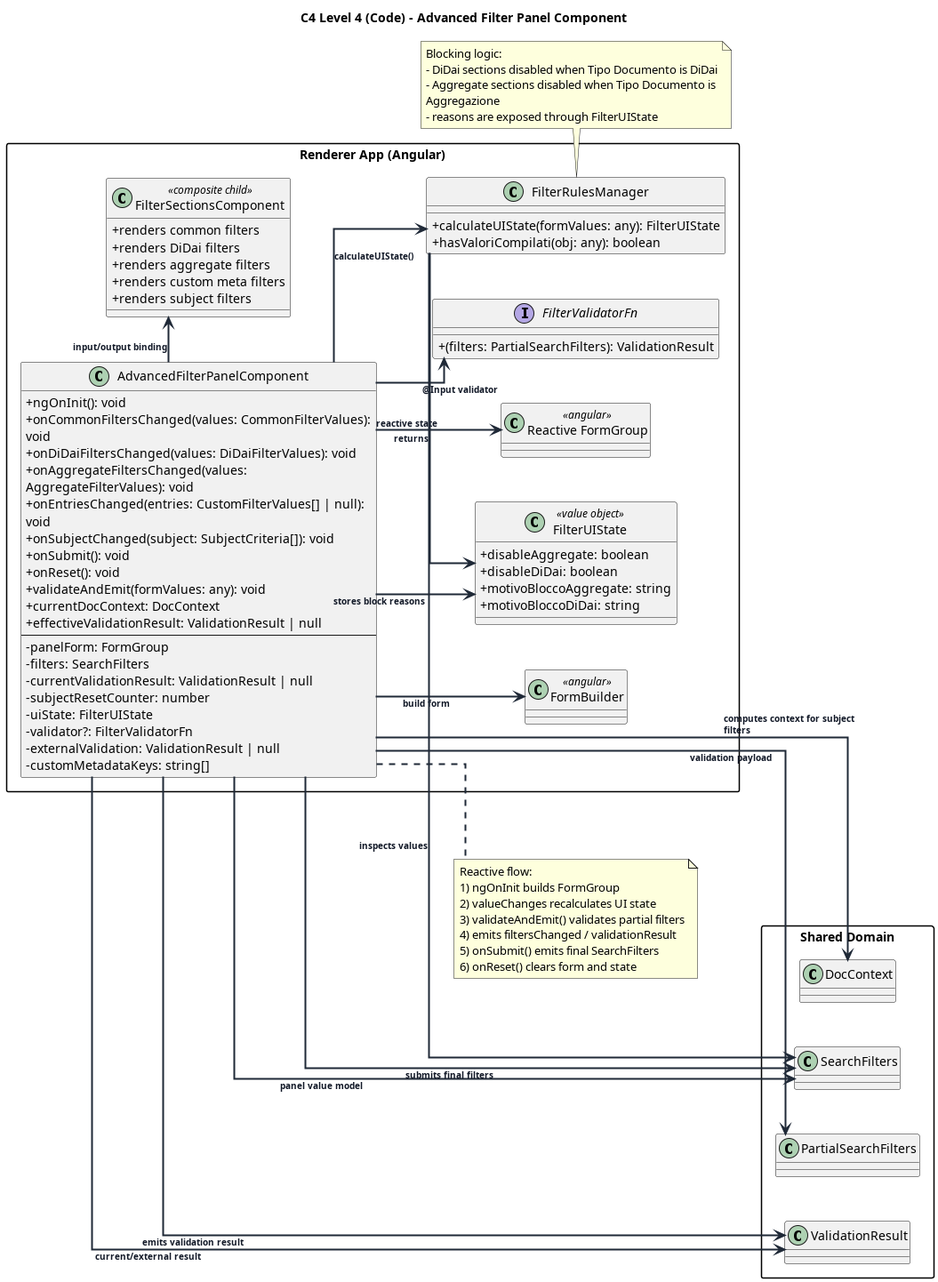
7-ZPUs/Docs keeps this PlantUML diagram as assets/outDiagrammiST/advanced-filter-panel-code-l4.png. Above is the earlier version. Source of this version:
```plantuml
@startuml advanced-filter-panel-code-l4

title C4 Level 4 (Code) - Advanced Filter Panel Component

allowmixing
left to right direction

skinparam shadowing false
skinparam packageStyle rectangle
skinparam classAttributeIconSize 0
skinparam defaultTextAlignment left
skinparam linetype ortho
skinparam ArrowThickness 2
skinparam ArrowColor #1F2937
skinparam ArrowFontColor #111827
skinparam ArrowFontSize 10
skinparam ArrowFontStyle bold
skinparam wrapWidth 400
skinparam nodesep 50
skinparam ranksep 50
skinparam maxMessageSize 150

package "Renderer App (Angular)" {
  class "AdvancedFilterPanelComponent" as Panel {
    +ngOnInit(): void
    +onCommonFiltersChanged(values: CommonFilterValues): void
    +onDiDaiFiltersChanged(values: DiDaiFilterValues): void
    +onAggregateFiltersChanged(values: AggregateFilterValues): void
    +onEntriesChanged(entries: CustomFilterValues[] | null): void
    +onSubjectChanged(subject: SubjectCriteria[]): void
    +onSubmit(): void
    +onReset(): void
    +validateAndEmit(formValues: any): void
    +currentDocContext: DocContext
    +effectiveValidationResult: ValidationResult | null
    --
    -panelForm: FormGroup
    -filters: SearchFilters
    -currentValidationResult: ValidationResult | null
    -subjectResetCounter: number
    -uiState: FilterUIState
    -validator?: FilterValidatorFn
    -externalValidation: ValidationResult | null
    -customMetadataKeys: string[]
  }

  class "FilterRulesManager" as RulesManager {
    +calculateUIState(formValues: any): FilterUIState
    +hasValoriCompilati(obj: any): boolean
  }

  class "FilterUIState" as UIState <<value object>> {
    +disableAggregate: boolean
    +disableDiDai: boolean
    +motivoBloccoAggregate: string
    +motivoBloccoDiDai: string
  }

  interface "FilterValidatorFn" as ValidatorFn {
    +(filters: PartialSearchFilters): ValidationResult
  }

  class "FilterSectionsComponent" as FilterSections <<composite child>> {
    +renders common filters
    +renders DiDai filters
    +renders aggregate filters
    +renders custom meta filters
    +renders subject filters
  }

  class "FormBuilder" as FormBuilder <<angular>>
  class "Reactive FormGroup" as FormGroup <<angular>>
}

package "Shared Domain" {
  class "SearchFilters" as SearchFilters
  class "PartialSearchFilters" as PartialSearchFilters
  class "ValidationResult" as ValidationResult
  class "DocContext" as DocContext
}

Panel --> FormBuilder : build form
Panel --> FormGroup : reactive state
Panel --> ValidatorFn : @Input validator
Panel --> RulesManager : calculateUIState()
Panel --> UIState : stores block reasons
Panel --> ValidationResult : current/external result
Panel --> SearchFilters : panel value model
Panel --> PartialSearchFilters : validation payload
Panel --> DocContext : computes context for subject filters

Panel --> FilterSections : input/output binding
Panel --> SearchFilters : submits final filters
Panel --> ValidationResult : emits validation result

RulesManager --> UIState : returns
RulesManager --> SearchFilters : inspects values

Panel -[hidden]right-> FilterSections
FilterSections -[hidden]right-> RulesManager
RulesManager -[hidden]right-> UIState

note right of Panel
Reactive flow:
1) ngOnInit builds FormGroup
2) valueChanges recalculates UI state
3) validateAndEmit() validates partial filters
4) emits filtersChanged / validationResult
5) onSubmit() emits final SearchFilters
6) onReset() clears form and state
end note

note bottom of RulesManager
Blocking logic:
- DiDai sections disabled when Tipo Documento is DiDai
- Aggregate sections disabled when Tipo Documento is Aggregazione
- reasons are exposed through FilterUIState
end note

@enduml
```
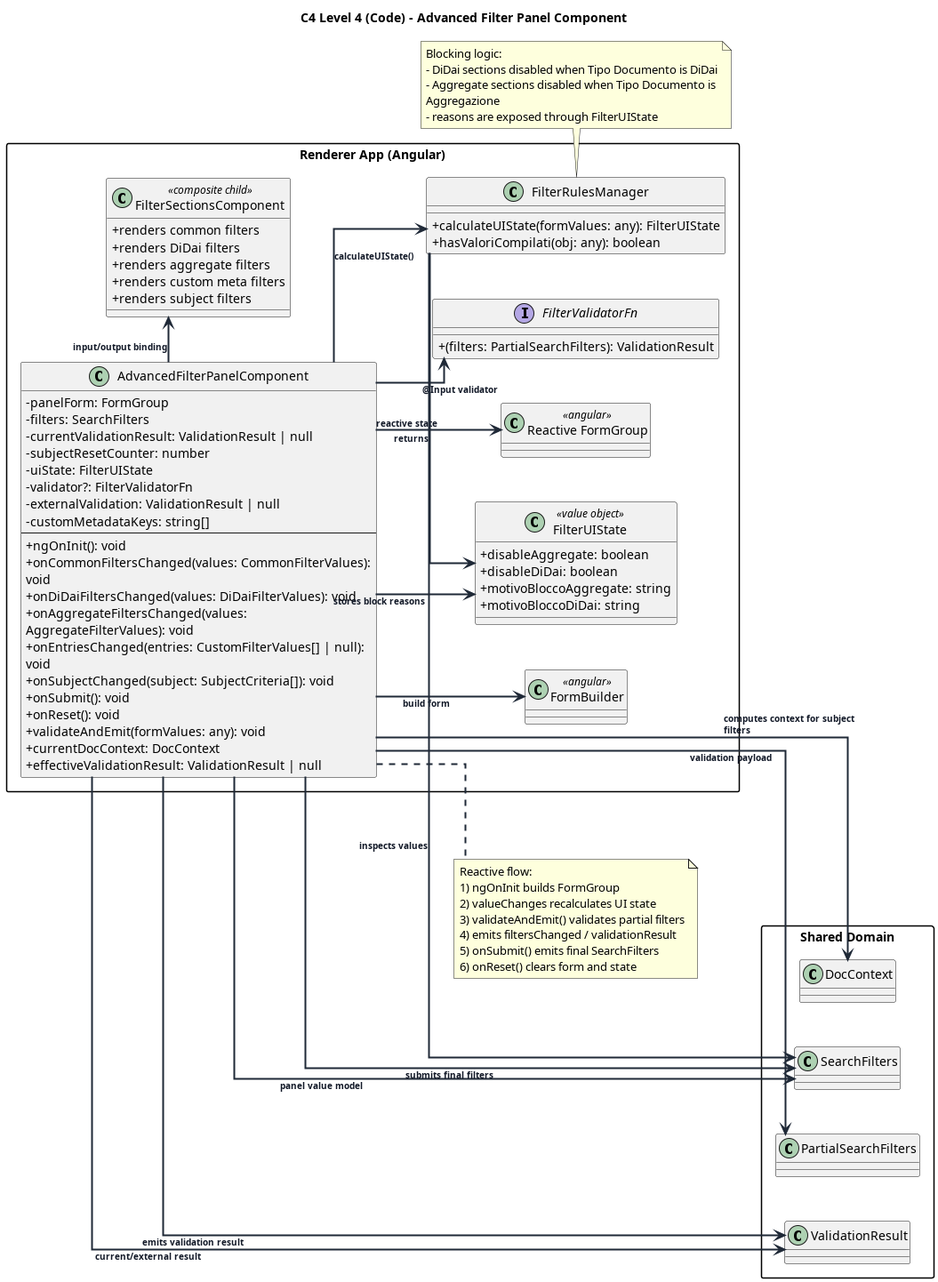
After the commit.

The edit, as a diff of the source:
```diff
@@ -22,6 +22,15 @@
 
 package "Renderer App (Angular)" {
   class "AdvancedFilterPanelComponent" as Panel {
+    -panelForm: FormGroup
+    -filters: SearchFilters
+    -currentValidationResult: ValidationResult | null
+    -subjectResetCounter: number
+    -uiState: FilterUIState
+    -validator?: FilterValidatorFn
+    -externalValidation: ValidationResult | null
+    -customMetadataKeys: string[]
+    --
     +ngOnInit(): void
     +onCommonFiltersChanged(values: CommonFilterValues): void
     +onDiDaiFiltersChanged(values: DiDaiFilterValues): void
@@ -33,15 +42,6 @@
     +validateAndEmit(formValues: any): void
     +currentDocContext: DocContext
     +effectiveValidationResult: ValidationResult | null
-    --
-    -panelForm: FormGroup
-    -filters: SearchFilters
-    -currentValidationResult: ValidationResult | null
-    -subjectResetCounter: number
-    -uiState: FilterUIState
-    -validator?: FilterValidatorFn
-    -externalValidation: ValidationResult | null
-    -customMetadataKeys: string[]
   }
 
   class "FilterRulesManager" as RulesManager {
```
